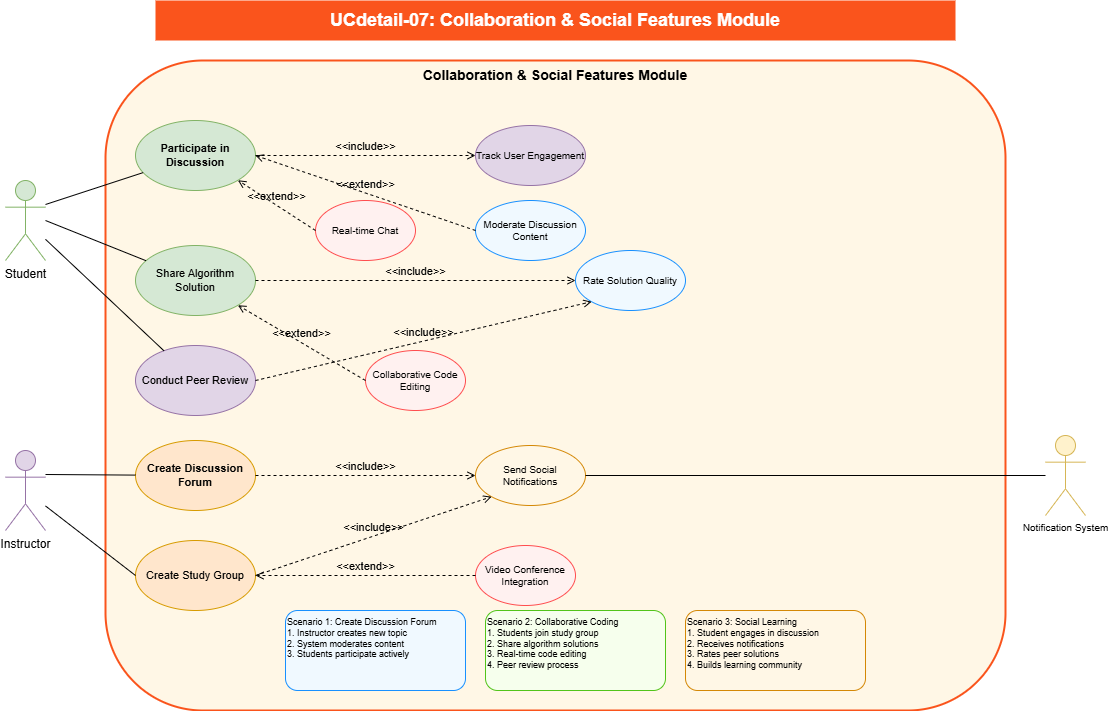
Before: dsa-visualizer/academic-project/enhanced-diagrams/UCdetail-07-collaboration-social.png, a diagram exported from draw.io (HieNguyen08/dsa-visualizer). Source tidied: cells renumbered, new cells last; positions are measured from the earlier drawing's top-left corner, leaving out a move shared by most shapes.
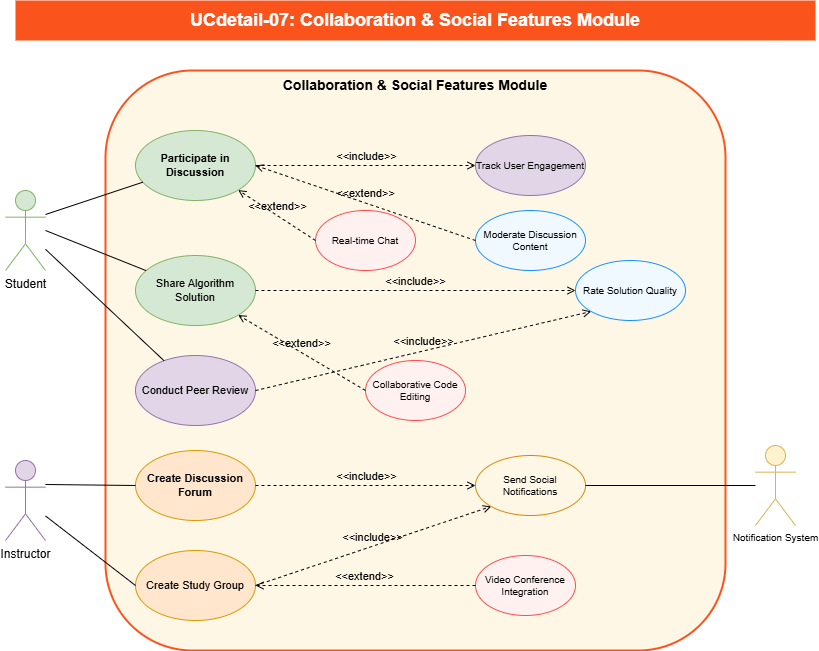
Later version of the same file.

Change to the diagram source:
```diff
@@ -3,10 +3,10 @@
     <mxCell id="0" />
     <mxCell id="1" parent="0" />
     <mxCell id="2" value="UCdetail-07: Collaboration &amp; Social Features Module" style="text;html=1;align=center;verticalAlign=middle;whiteSpace=wrap;rounded=0;fontSize=18;fontStyle=1;fillColor=#fa541c;fontColor=#ffffff;" parent="1" vertex="1">
-      <mxGeometry x="150" width="800" height="40" as="geometry" />
+      <mxGeometry x="10" y="-10" width="800" height="40" as="geometry" />
     </mxCell>
     <mxCell id="3" value="Collaboration &amp; Social Features Module" style="rounded=1;whiteSpace=wrap;html=1;fontSize=14;fontStyle=1;fillColor=#fff7e6;strokeColor=#fa541c;strokeWidth=2;verticalAlign=top;" parent="1" vertex="1">
-      <mxGeometry x="100" y="60" width="900" height="650" as="geometry" />
+      <mxGeometry x="100" y="60" width="620" height="580" as="geometry" />
     </mxCell>
     <mxCell id="4" value="Student" style="shape=umlActor;verticalLabelPosition=bottom;verticalAlign=top;html=1;outlineConnect=0;fontSize=12;fillColor=#d5e8d4;strokeColor=#82b366;" parent="1" vertex="1">
       <mxGeometry y="180" width="40" height="80" as="geometry" />
@@ -15,7 +15,7 @@
       <mxGeometry y="450" width="40" height="80" as="geometry" />
     </mxCell>
     <mxCell id="6" value="Notification System" style="shape=umlActor;verticalLabelPosition=bottom;verticalAlign=top;html=1;outlineConnect=0;fontSize=10;fillColor=#fff2cc;strokeColor=#d6b656;" parent="1" vertex="1">
-      <mxGeometry x="1040" y="435" width="40" height="80" as="geometry" />
+      <mxGeometry x="750" y="435" width="40" height="80" as="geometry" />
     </mxCell>
     <mxCell id="7" value="Create Discussion Forum" style="ellipse;whiteSpace=wrap;html=1;fontSize=11;fillColor=#ffe6cc;strokeColor=#d79b00;fontStyle=1;" parent="1" vertex="1">
       <mxGeometry x="130" y="440" width="120" height="70" as="geometry" />
@@ -68,15 +68,6 @@
     <mxCell id="23" style="endArrow=none;html=1;rounded=0;fontSize=12;startSize=8;endSize=8;exitX=0;exitY=0.5;" parent="1" edge="1" source="6" target="14">
       <mxGeometry relative="1" as="geometry" />
     </mxCell>
-    <mxCell id="24" value="Scenario 1: Create Discussion Forum&#10;1. Instructor creates new topic&#10;2. System moderates content&#10;3. Students participate actively" style="rounded=1;whiteSpace=wrap;html=1;fontSize=9;align=left;verticalAlign=top;fillColor=#f0f9ff;strokeColor=#1890ff;" parent="1" vertex="1">
-      <mxGeometry x="280" y="610" width="180" height="80" as="geometry" />
-    </mxCell>
-    <mxCell id="25" value="Scenario 2: Collaborative Coding&#10;1. Students join study group&#10;2. Share algorithm solutions&#10;3. Real-time code editing&#10;4. Peer review process" style="rounded=1;whiteSpace=wrap;html=1;fontSize=9;align=left;verticalAlign=top;fillColor=#f6ffed;strokeColor=#52c41a;" parent="1" vertex="1">
-      <mxGeometry x="480" y="610" width="180" height="80" as="geometry" />
-    </mxCell>
-    <mxCell id="26" value="Scenario 3: Social Learning&#10;1. Student engages in discussion&#10;2. Receives notifications&#10;3. Rates peer solutions&#10;4. Builds learning community" style="rounded=1;whiteSpace=wrap;html=1;fontSize=9;align=left;verticalAlign=top;fillColor=#fff7e6;strokeColor=#d48806;" parent="1" vertex="1">
-      <mxGeometry x="680" y="610" width="180" height="80" as="geometry" />
-    </mxCell>
     <mxCell id="27" value="&amp;lt;&amp;lt;include&amp;gt;&amp;gt;" style="html=1;verticalAlign=bottom;labelBackgroundColor=none;endArrow=open;endFill=0;dashed=1;exitX=1;exitY=0.5;exitDx=0;exitDy=0;entryX=0;entryY=0.5;entryDx=0;entryDy=0;" parent="1" edge="1" source="7" target="14">
       <mxGeometry relative="1" as="geometry" />
     </mxCell>
```
